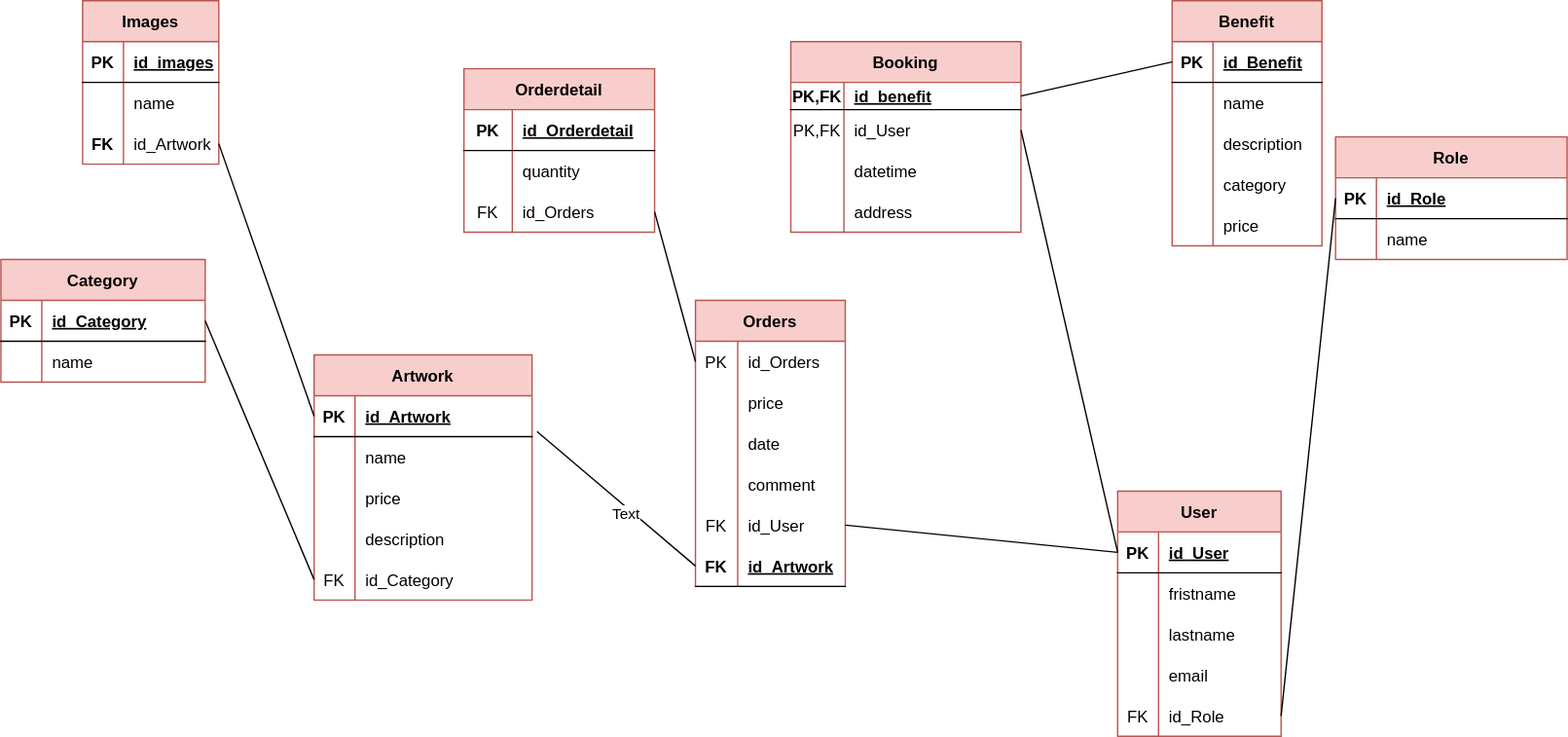
Above: code/server/merise/projet madameqalame/MLD.calligraphie.drawio.svg in Mabrouka659/madameqalam (draw.io), before the change. Source tidied: cells renumbered, new cells last; positions are measured from the earlier drawing's top-left corner, leaving out a move shared by most shapes.
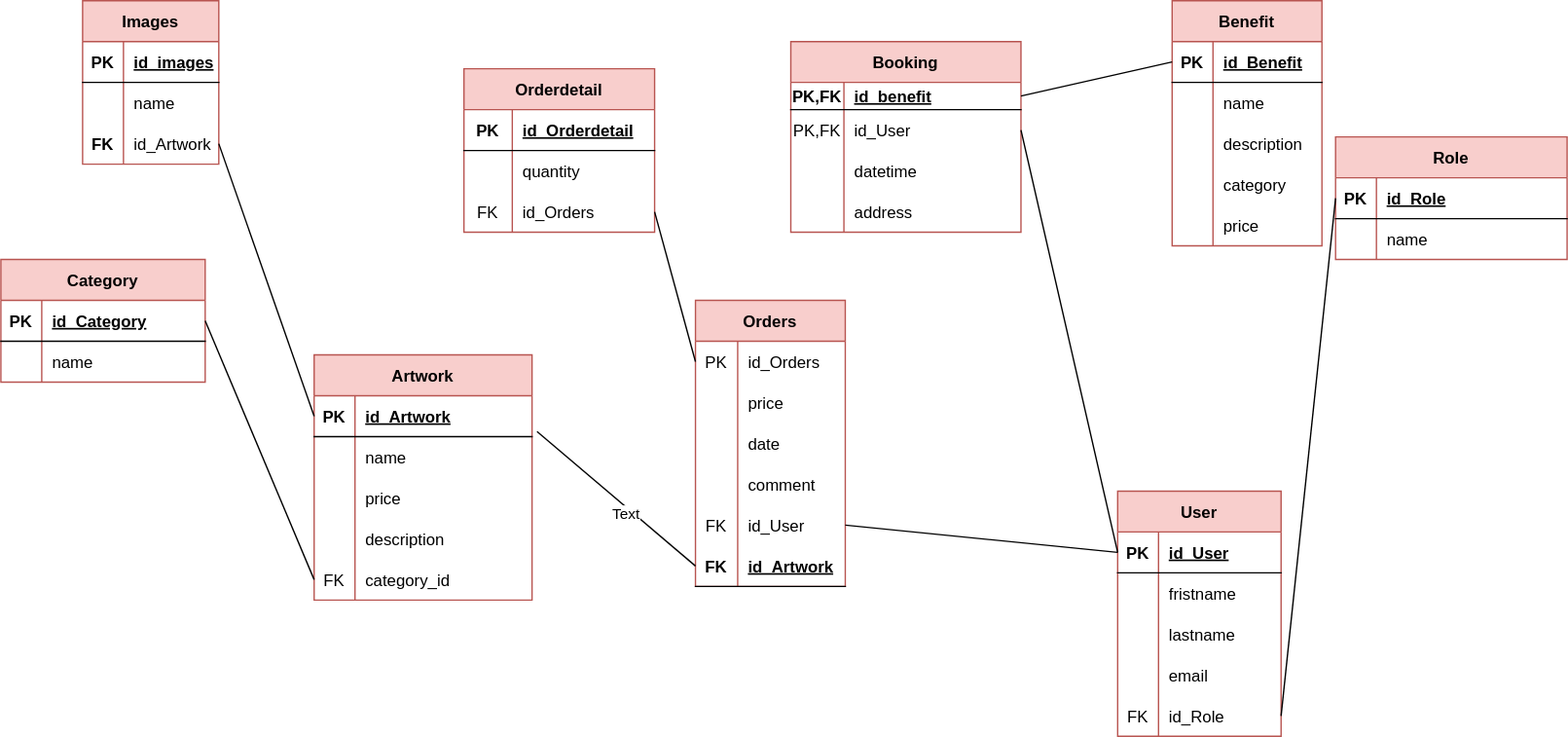
Above is the later version.

Change to the diagram source:
```diff
@@ -206,7 +206,7 @@
     <mxCell id="69" value="FK" style="shape=partialRectangle;fillColor=none;top=0;left=0;bottom=0;right=0;overflow=hidden;" parent="68" vertex="1">
       <mxGeometry width="30" height="30" as="geometry" />
     </mxCell>
-    <mxCell id="70" value="id_Category" style="shape=partialRectangle;fillColor=none;top=0;left=0;bottom=0;right=0;align=left;spacingLeft=6;overflow=hidden;" parent="68" vertex="1">
+    <mxCell id="70" value=" category_id" style="shape=partialRectangle;fillColor=none;top=0;left=0;bottom=0;right=0;align=left;spacingLeft=6;overflow=hidden;" parent="68" vertex="1">
       <mxGeometry x="30" width="130" height="30" as="geometry" />
     </mxCell>
     <mxCell id="71" style="endArrow=none;html=1;rounded=0;exitX=1;exitY=0.5;exitDx=0;exitDy=0;entryX=0;entryY=0.5;entryDx=0;entryDy=0;" parent="1" edge="1" source="45" target="3">
```
